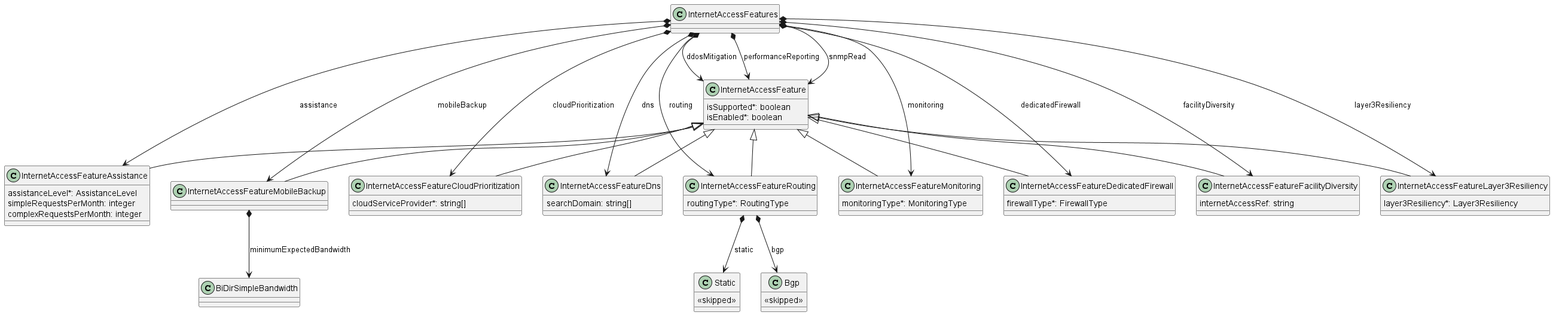
This is documentation/productSchema/ip/internetAccess/MEF 139.1 resources/media/03Features.png from MEF-GIT/MEF-LSO-Sonata-SDK, a PlantUML export, as it was before one commit. The source it was exported from:
```plantuml
@startuml



class InternetAccessFeature {

    isSupported*: boolean
    isEnabled*: boolean
}


class InternetAccessFeatureAssistance {

    assistanceLevel*: AssistanceLevel
    simpleRequestsPerMonth: integer
    complexRequestsPerMonth: integer
}
InternetAccessFeature <|-- InternetAccessFeatureAssistance



class InternetAccessFeatureCloudPrioritization {

    cloudServiceProvider*: string[]
}
InternetAccessFeature <|-- InternetAccessFeatureCloudPrioritization



class InternetAccessFeatureDedicatedFirewall {

    firewallType*: FirewallType
}
InternetAccessFeature <|-- InternetAccessFeatureDedicatedFirewall



class InternetAccessFeatureDns {

    searchDomain: string[]
}
InternetAccessFeature <|-- InternetAccessFeatureDns



class InternetAccessFeatureFacilityDiversity {

    internetAccessRef: string
}
InternetAccessFeature <|-- InternetAccessFeatureFacilityDiversity



class InternetAccessFeatureLayer3Resiliency {

    layer3Resiliency*: Layer3Resiliency
}
InternetAccessFeature <|-- InternetAccessFeatureLayer3Resiliency



class InternetAccessFeatureMobileBackup {

}
InternetAccessFeature <|-- InternetAccessFeatureMobileBackup

InternetAccessFeatureMobileBackup *--> BiDirSimpleBandwidth : minimumExpectedBandwidth


class InternetAccessFeatureMonitoring {

    monitoringType*: MonitoringType
}
InternetAccessFeature <|-- InternetAccessFeatureMonitoring



class InternetAccessFeatureRouting {

    routingType*: RoutingType
}
InternetAccessFeature <|-- InternetAccessFeatureRouting

InternetAccessFeatureRouting *--> Bgp : bgp
InternetAccessFeatureRouting *--> Static : static

class Bgp {
    <<skipped>>
}

class Static {
    <<skipped>>

}


class InternetAccessFeatures {

}

InternetAccessFeatures *--> InternetAccessFeatureAssistance : assistance
InternetAccessFeatures *--> InternetAccessFeatureCloudPrioritization : cloudPrioritization
InternetAccessFeatures *--> InternetAccessFeature : ddosMitigation
InternetAccessFeatures *--> InternetAccessFeatureDedicatedFirewall : dedicatedFirewall
InternetAccessFeatures *--> InternetAccessFeatureDns : dns
InternetAccessFeatures *--> InternetAccessFeatureFacilityDiversity : facilityDiversity
InternetAccessFeatures *--> InternetAccessFeatureLayer3Resiliency : layer3Resiliency
InternetAccessFeatures *--> InternetAccessFeatureMobileBackup : mobileBackup
InternetAccessFeatures *--> InternetAccessFeatureMonitoring : monitoring
InternetAccessFeatures *--> InternetAccessFeature : performanceReporting
InternetAccessFeatures *--> InternetAccessFeatureRouting : routing
InternetAccessFeatures *--> InternetAccessFeature : snmpRead



@enduml
```
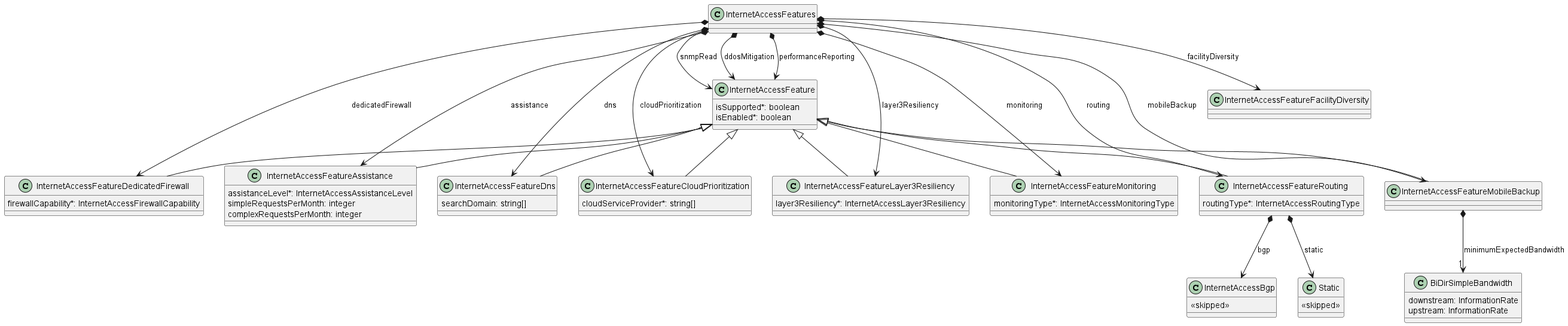
After the change.

Change to the diagram source:
```diff
@@ -11,7 +11,7 @@
 
 class InternetAccessFeatureAssistance {
 
-    assistanceLevel*: AssistanceLevel
+    assistanceLevel*: InternetAccessAssistanceLevel
     simpleRequestsPerMonth: integer
     complexRequestsPerMonth: integer
 }
@@ -29,7 +29,7 @@
 
 class InternetAccessFeatureDedicatedFirewall {
 
-    firewallType*: FirewallType
+    firewallCapability*: InternetAccessFirewallCapability
 }
 InternetAccessFeature <|-- InternetAccessFeatureDedicatedFirewall
 
@@ -42,18 +42,9 @@
 InternetAccessFeature <|-- InternetAccessFeatureDns
 
 
-
-class InternetAccessFeatureFacilityDiversity {
-
-    internetAccessRef: string
-}
-InternetAccessFeature <|-- InternetAccessFeatureFacilityDiversity
-
-
-
 class InternetAccessFeatureLayer3Resiliency {
 
-    layer3Resiliency*: Layer3Resiliency
+    layer3Resiliency*: InternetAccessLayer3Resiliency
 }
 InternetAccessFeature <|-- InternetAccessFeatureLayer3Resiliency
 
@@ -64,12 +55,19 @@
 }
 InternetAccessFeature <|-- InternetAccessFeatureMobileBackup
 
-InternetAccessFeatureMobileBackup *--> BiDirSimpleBandwidth : minimumExpectedBandwidth
+InternetAccessFeatureMobileBackup *-->"1" BiDirSimpleBandwidth : minimumExpectedBandwidth
+
+
+class BiDirSimpleBandwidth {
+    downstream: InformationRate
+    upstream: InformationRate
+}
+
 
 
 class InternetAccessFeatureMonitoring {
 
-    monitoringType*: MonitoringType
+    monitoringType*: InternetAccessMonitoringType
 }
 InternetAccessFeature <|-- InternetAccessFeatureMonitoring
 
@@ -77,14 +75,14 @@
 
 class InternetAccessFeatureRouting {
 
-    routingType*: RoutingType
+    routingType*: InternetAccessRoutingType
 }
 InternetAccessFeature <|-- InternetAccessFeatureRouting
 
-InternetAccessFeatureRouting *--> Bgp : bgp
+InternetAccessFeatureRouting *--> InternetAccessBgp : bgp
 InternetAccessFeatureRouting *--> Static : static
 
-class Bgp {
+class InternetAccessBgp {
     <<skipped>>
 }
 
```
